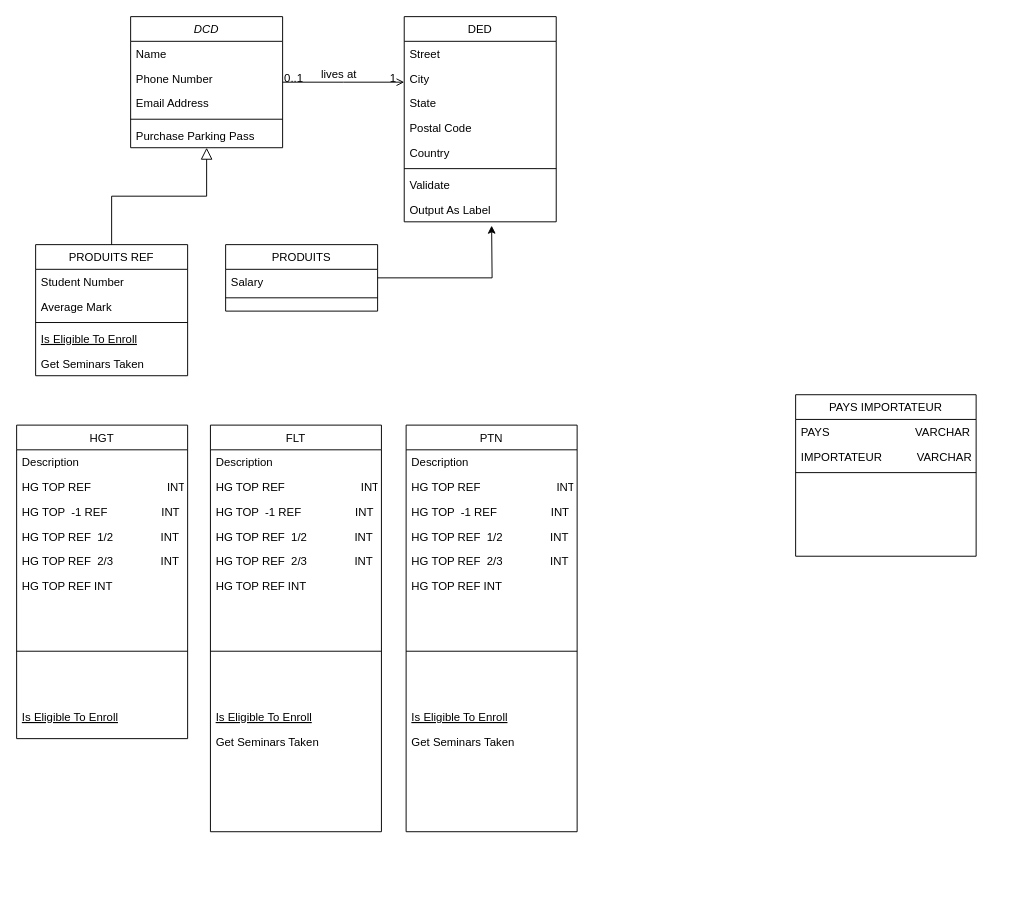
The draw.io diagram main/Diagramme sans nom.drawio in Nik97410/BDD, before the edit. Source tidied: cells renumbered, new cells numbered last; positions are measured from the earlier drawing's top-left corner, leaving out a move shared by most shapes. Both pictures are drawn from the tidied source at 95%, with x=0, y=0 at pixel (16, 16).
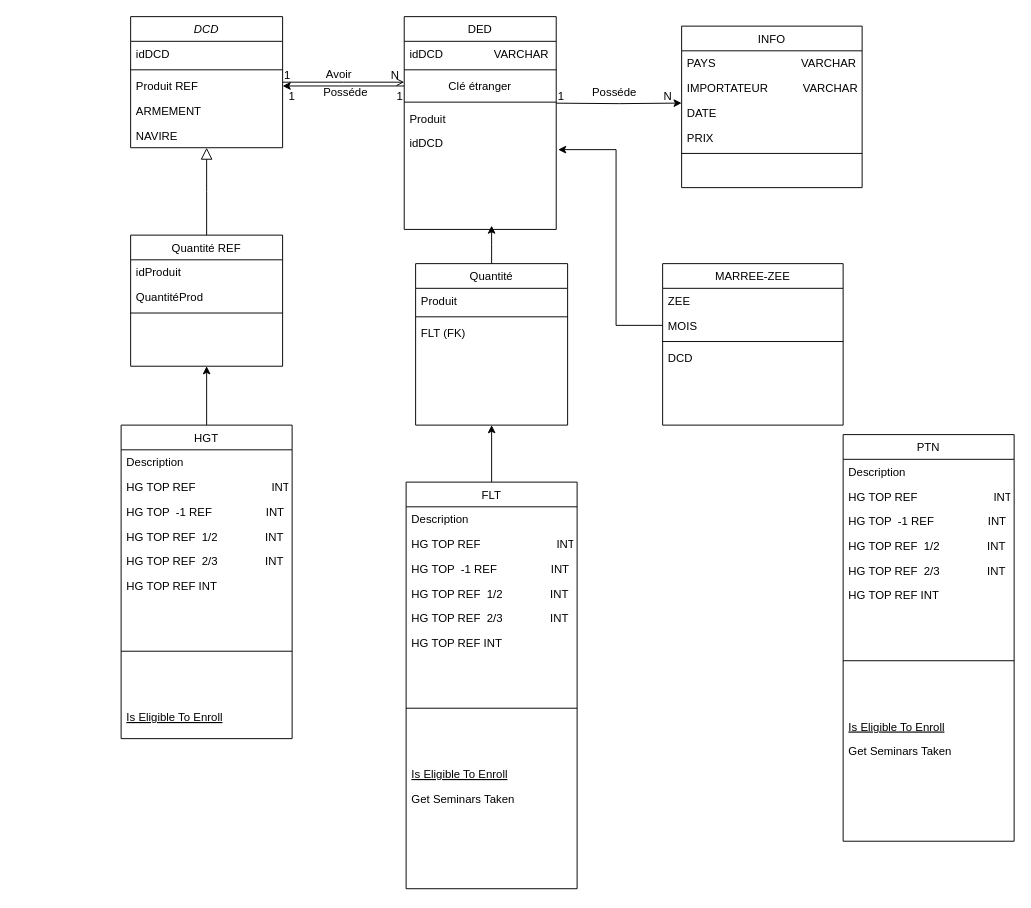
The same page after the edit.

Commit message:
Mettre à jour Diagramme sans nom.drawio

The change refers to these unchanged cells:
```xml
<mxCell id="2" value="DCD" style="swimlane;fontStyle=2;align=center;verticalAlign=top;horizontal=1;startSize=26;rounded=0;shadow=0;strokeWidth=1;" parent="1" vertex="1">
  <mxGeometry x="120" width="160" height="138" as="geometry" />
</mxCell>
<mxCell id="28" style="endArrow=open;shadow=0;strokeWidth=1;rounded=0;endFill=1;edgeStyle=elbowEdgeStyle;elbow=vertical;" parent="1" edge="1" source="2" target="19">
  <mxGeometry x="0.5" y="41" relative="1" as="geometry">
    <mxPoint x="-40" y="32" as="offset" />
  </mxGeometry>
</mxCell>
```

What changed in the source:
```diff
@@
-    <mxCell id="3" value="Name" style="text;align=left;verticalAlign=top;spacingLeft=4;spacingRight=4;overflow=hidden;" parent="2" vertex="1">
+    <mxCell id="3" value="idDCD" style="text;align=left;verticalAlign=top;spacingLeft=4;spacingRight=4;overflow=hidden;" parent="2" vertex="1">
       <mxGeometry y="26" width="160" height="26" as="geometry" />
     </mxCell>
-    <mxCell id="4" value="Phone Number" style="text;align=left;verticalAlign=top;spacingLeft=4;spacingRight=4;overflow=hidden;rounded=0;shadow=0;html=0;" parent="2" vertex="1">
-      <mxGeometry y="52" width="160" height="26" as="geometry" />
-    </mxCell>
-    <mxCell id="5" value="Email Address" style="text;align=left;verticalAlign=top;spacingLeft=4;spacingRight=4;overflow=hidden;rounded=0;shadow=0;html=0;" parent="2" vertex="1">
-      <mxGeometry y="78" width="160" height="26" as="geometry" />
-    </mxCell>
     <mxCell id="6" style="line;html=1;strokeWidth=1;align=left;verticalAlign=middle;spacingTop=-1;spacingLeft=3;spacingRight=3;labelPosition=right;" parent="2" vertex="1">
-      <mxGeometry y="104" width="160" height="8" as="geometry" />
+      <mxGeometry y="52" width="160" height="8" as="geometry" />
     </mxCell>
-    <mxCell id="7" value="Purchase Parking Pass" style="text;align=left;verticalAlign=top;spacingLeft=4;spacingRight=4;overflow=hidden;points=[[0,0.5],[1,0.5]];portConstraint=eastwest;" parent="2" vertex="1">
-      <mxGeometry y="112" width="160" height="26" as="geometry" />
+    <mxCell id="7" value="Produit REF" style="text;align=left;verticalAlign=top;spacingLeft=4;spacingRight=4;overflow=hidden;points=[[0,0.5],[1,0.5]];portConstraint=eastwest;" parent="2" vertex="1">
+      <mxGeometry y="60" width="160" height="26" as="geometry" />
     </mxCell>
+    <mxCell id="65" value="ARMEMENT" style="text;align=left;verticalAlign=top;spacingLeft=4;spacingRight=4;overflow=hidden;" parent="2" vertex="1">
+      <mxGeometry y="86" width="160" height="26" as="geometry" />
+    </mxCell>
+    <mxCell id="66" value="NAVIRE" style="text;align=left;verticalAlign=top;spacingLeft=4;spacingRight=4;overflow=hidden;" parent="2" vertex="1">
+      <mxGeometry y="112" width="160" height="26" as="geometry" />
+    </mxCell>
-    <mxCell id="8" value="PRODUITS REF" style="swimlane;fontStyle=0;align=center;verticalAlign=top;horizontal=1;startSize=26;rounded=0;shadow=0;strokeWidth=1;" parent="1" vertex="1">
-      <mxGeometry x="20" y="240" width="160" height="138" as="geometry" />
+    <mxCell id="8" value="Quantité REF" style="swimlane;fontStyle=0;align=center;verticalAlign=top;horizontal=1;startSize=26;rounded=0;shadow=0;strokeWidth=1;" parent="1" vertex="1">
+      <mxGeometry x="120" y="230" width="160" height="138" as="geometry" />
     </mxCell>
-    <mxCell id="9" value="Student Number" style="text;align=left;verticalAlign=top;spacingLeft=4;spacingRight=4;overflow=hidden;" parent="8" vertex="1">
+    <mxCell id="9" value="idProduit&#10;" style="text;align=left;verticalAlign=top;spacingLeft=4;spacingRight=4;overflow=hidden;" parent="8" vertex="1">
       <mxGeometry y="26" width="160" height="26" as="geometry" />
     </mxCell>
-    <mxCell id="10" value="Average Mark" style="text;align=left;verticalAlign=top;spacingLeft=4;spacingRight=4;overflow=hidden;rounded=0;shadow=0;html=0;" parent="8" vertex="1">
-      <mxGeometry y="52" width="160" height="26" as="geometry" />
-    </mxCell>
+    <mxCell id="67" value="QuantitéProd&#10;" style="text;align=left;verticalAlign=top;spacingLeft=4;spacingRight=4;overflow=hidden;" parent="8" vertex="1">
+      <mxGeometry y="52" width="160" height="26" as="geometry" />
+    </mxCell>
@@
-    <mxCell id="12" value="Is Eligible To Enroll" style="text;align=left;verticalAlign=top;spacingLeft=4;spacingRight=4;overflow=hidden;fontStyle=4;" parent="8" vertex="1">
-      <mxGeometry y="86" width="160" height="26" as="geometry" />
-    </mxCell>
-    <mxCell id="13" value="Get Seminars Taken" style="text;align=left;verticalAlign=top;spacingLeft=4;spacingRight=4;overflow=hidden;" parent="8" vertex="1">
-      <mxGeometry y="112" width="160" height="26" as="geometry" />
-    </mxCell>
@@
-    <mxCell id="16" value="PRODUITS" style="swimlane;fontStyle=0;align=center;verticalAlign=top;horizontal=1;startSize=26;rounded=0;shadow=0;strokeWidth=1;" parent="1" vertex="1">
-      <mxGeometry x="220" y="240" width="160" height="70" as="geometry" />
+    <mxCell id="16" value="Quantité" style="swimlane;fontStyle=0;align=center;verticalAlign=top;horizontal=1;startSize=26;rounded=0;shadow=0;strokeWidth=1;" parent="1" vertex="1">
+      <mxGeometry x="420" y="260" width="160" height="170" as="geometry" />
     </mxCell>
-    <mxCell id="17" value="Salary" style="text;align=left;verticalAlign=top;spacingLeft=4;spacingRight=4;overflow=hidden;" parent="16" vertex="1">
+    <mxCell id="17" value="Produit" style="text;align=left;verticalAlign=top;spacingLeft=4;spacingRight=4;overflow=hidden;" parent="16" vertex="1">
       <mxGeometry y="26" width="160" height="26" as="geometry" />
     </mxCell>
@@
+    <mxCell id="68" value="FLT (FK)" style="text;align=left;verticalAlign=top;spacingLeft=4;spacingRight=4;overflow=hidden;" parent="16" vertex="1">
+      <mxGeometry y="60" width="160" height="26" as="geometry" />
+    </mxCell>
     <mxCell id="19" value="DED" style="swimlane;fontStyle=0;align=center;verticalAlign=top;horizontal=1;startSize=26;rounded=0;shadow=0;strokeWidth=1;" parent="1" vertex="1">
-      <mxGeometry x="408" width="160" height="216" as="geometry" />
+      <mxGeometry x="408" width="160" height="224" as="geometry" />
     </mxCell>
-    <mxCell id="20" value="Street" style="text;align=left;verticalAlign=top;spacingLeft=4;spacingRight=4;overflow=hidden;" parent="19" vertex="1">
+    <mxCell id="20" value="idDCD                VARCHAR" style="text;align=left;verticalAlign=top;spacingLeft=4;spacingRight=4;overflow=hidden;" parent="19" vertex="1">
       <mxGeometry y="26" width="160" height="26" as="geometry" />
     </mxCell>
-    <mxCell id="21" value="City" style="text;align=left;verticalAlign=top;spacingLeft=4;spacingRight=4;overflow=hidden;rounded=0;shadow=0;html=0;" parent="19" vertex="1">
-      <mxGeometry y="52" width="160" height="26" as="geometry" />
-    </mxCell>
-    <mxCell id="22" value="State" style="text;align=left;verticalAlign=top;spacingLeft=4;spacingRight=4;overflow=hidden;rounded=0;shadow=0;html=0;" parent="19" vertex="1">
-      <mxGeometry y="78" width="160" height="26" as="geometry" />
-    </mxCell>
-    <mxCell id="23" value="Postal Code" style="text;align=left;verticalAlign=top;spacingLeft=4;spacingRight=4;overflow=hidden;rounded=0;shadow=0;html=0;" parent="19" vertex="1">
-      <mxGeometry y="104" width="160" height="26" as="geometry" />
-    </mxCell>
-    <mxCell id="24" value="Country" style="text;align=left;verticalAlign=top;spacingLeft=4;spacingRight=4;overflow=hidden;rounded=0;shadow=0;html=0;" parent="19" vertex="1">
-      <mxGeometry y="130" width="160" height="26" as="geometry" />
-    </mxCell>
+    <mxCell id="69" style="edgeStyle=orthogonalEdgeStyle;rounded=0;orthogonalLoop=1;jettySize=auto;html=1;" parent="19" edge="1">
+      <mxGeometry relative="1" as="geometry">
+        <mxPoint x="160" y="91.1" as="sourcePoint" />
+        <mxPoint x="292" y="91" as="targetPoint" />
+      </mxGeometry>
+    </mxCell>
     <mxCell id="25" style="line;html=1;strokeWidth=1;align=left;verticalAlign=middle;spacingTop=-1;spacingLeft=3;spacingRight=3;labelPosition=right;" parent="19" vertex="1">
-      <mxGeometry y="156" width="160" height="8" as="geometry" />
+      <mxGeometry y="52" width="160" height="8" as="geometry" />
     </mxCell>
-    <mxCell id="26" value="Validate" style="text;align=left;verticalAlign=top;spacingLeft=4;spacingRight=4;overflow=hidden;points=[[0,0.5],[1,0.5]];portConstraint=eastwest;" parent="19" vertex="1">
-      <mxGeometry y="164" width="160" height="26" as="geometry" />
+    <mxCell id="26" value="Clé étranger" style="text;align=center;verticalAlign=top;spacingLeft=4;spacingRight=4;overflow=hidden;points=[[0,0.5],[1,0.5]];portConstraint=eastwest;" parent="19" vertex="1">
+      <mxGeometry y="60" width="160" height="26" as="geometry" />
     </mxCell>
+    <mxCell id="70" style="line;html=1;strokeWidth=1;align=left;verticalAlign=middle;spacingTop=-1;spacingLeft=3;spacingRight=3;labelPosition=right;" parent="19" vertex="1">
+      <mxGeometry y="86" width="160" height="8" as="geometry" />
+    </mxCell>
-    <mxCell id="27" value="Output As Label" style="text;align=left;verticalAlign=top;spacingLeft=4;spacingRight=4;overflow=hidden;" parent="19" vertex="1">
-      <mxGeometry y="190" width="160" height="26" as="geometry" />
+    <mxCell id="27" value="Produit" style="text;align=left;verticalAlign=top;spacingLeft=4;spacingRight=4;overflow=hidden;" parent="19" vertex="1">
+      <mxGeometry y="94" width="160" height="26" as="geometry" />
     </mxCell>
+    <mxCell id="71" value="idDCD" style="text;align=left;verticalAlign=top;spacingLeft=4;spacingRight=4;overflow=hidden;" parent="19" vertex="1">
+      <mxGeometry y="120" width="160" height="26" as="geometry" />
+    </mxCell>
@@
-    <mxCell id="29" value="0..1" style="align=left;verticalAlign=bottom;labelBackgroundColor=none;fontSize=12;" parent="28" vertex="1">
+    <mxCell id="29" value="1" style="align=left;verticalAlign=bottom;labelBackgroundColor=none;fontSize=12;" parent="28" vertex="1">
       <mxGeometry x="-1" relative="1" as="geometry">
-        <mxPoint y="4" as="offset" />
+        <mxPoint y="1" as="offset" />
       </mxGeometry>
     </mxCell>
-    <mxCell id="30" value="1" style="align=right;verticalAlign=bottom;labelBackgroundColor=none;fontSize=12;" parent="28" vertex="1">
+    <mxCell id="30" value="N" style="align=right;verticalAlign=bottom;labelBackgroundColor=none;fontSize=12;" parent="28" vertex="1">
       <mxGeometry x="1" relative="1" as="geometry">
-        <mxPoint x="-7" y="4" as="offset" />
+        <mxPoint x="-4" y="1" as="offset" />
       </mxGeometry>
     </mxCell>
-    <mxCell id="31" value="lives at" style="text;html=1;align=center;verticalAlign=middle;labelBackgroundColor=none;rounded=0;shadow=0;strokeWidth=1;fontSize=12;" parent="28" vertex="1">
+    <mxCell id="31" value="Avoir" style="text;html=1;align=center;verticalAlign=middle;labelBackgroundColor=none;rounded=0;shadow=0;strokeWidth=1;fontSize=12;" parent="28" vertex="1">
       <mxGeometry x="0.5" y="49" relative="1" as="geometry">
         <mxPoint x="-38" y="40" as="offset" />
       </mxGeometry>
     </mxCell>
+    <mxCell id="72" style="edgeStyle=orthogonalEdgeStyle;rounded=0;jettySize=auto;html=1;entryX=0.5;entryY=1;entryDx=0;entryDy=0;" parent="1" edge="1" source="32" target="8">
+      <mxGeometry relative="1" as="geometry" />
+    </mxCell>
     <mxCell id="32" value="HGT" style="swimlane;fontStyle=0;align=center;verticalAlign=top;horizontal=1;startSize=26;rounded=0;shadow=0;strokeWidth=1;" parent="1" vertex="1">
-      <mxGeometry y="430" width="180" height="330" as="geometry" />
+      <mxGeometry x="110" y="430" width="180" height="330" as="geometry" />
     </mxCell>
@@
+    <mxCell id="73" style="edgeStyle=orthogonalEdgeStyle;rounded=0;jettySize=auto;html=1;entryX=0.5;entryY=1;entryDx=0;entryDy=0;" parent="1" edge="1" source="41" target="16">
+      <mxGeometry relative="1" as="geometry" />
+    </mxCell>
     <mxCell id="41" value="FLT" style="swimlane;fontStyle=0;align=center;verticalAlign=top;horizontal=1;startSize=26;rounded=0;shadow=0;strokeWidth=1;" parent="1" vertex="1">
-      <mxGeometry x="204" y="430" width="180" height="428" as="geometry" />
+      <mxGeometry x="410" y="490" width="180" height="428" as="geometry" />
     </mxCell>
@@
     <mxCell id="51" value="PTN" style="swimlane;fontStyle=0;align=center;verticalAlign=top;horizontal=1;startSize=26;rounded=0;shadow=0;strokeWidth=1;" parent="1" vertex="1">
-      <mxGeometry x="410" y="430" width="180" height="428" as="geometry" />
+      <mxGeometry x="870" y="440" width="180" height="428" as="geometry" />
     </mxCell>
@@
-    <mxCell id="61" value="PAYS IMPORTATEUR" style="swimlane;fontStyle=0;align=center;verticalAlign=top;horizontal=1;startSize=26;rounded=0;shadow=0;strokeWidth=1;" parent="1" vertex="1">
-      <mxGeometry x="820" y="398" width="190" height="170" as="geometry" />
+    <mxCell id="61" value="INFO" style="swimlane;fontStyle=0;align=center;verticalAlign=top;horizontal=1;startSize=26;rounded=0;shadow=0;strokeWidth=1;" parent="1" vertex="1">
+      <mxGeometry x="700" y="10" width="190" height="170" as="geometry" />
     </mxCell>
@@
+    <mxCell id="74" value="DATE" style="text;align=left;verticalAlign=top;spacingLeft=4;spacingRight=4;overflow=hidden;" parent="61" vertex="1">
+      <mxGeometry y="78" width="190" height="26" as="geometry" />
+    </mxCell>
+    <mxCell id="75" value="PRIX" style="text;align=left;verticalAlign=top;spacingLeft=4;spacingRight=4;overflow=hidden;" parent="61" vertex="1">
+      <mxGeometry y="104" width="190" height="26" as="geometry" />
+    </mxCell>
     <mxCell id="64" style="line;html=1;strokeWidth=1;align=left;verticalAlign=middle;spacingTop=-1;spacingLeft=3;spacingRight=3;labelPosition=right;" parent="61" vertex="1">
-      <mxGeometry y="78" width="190" height="8" as="geometry" />
+      <mxGeometry y="130" width="190" height="8" as="geometry" />
     </mxCell>
+    <mxCell id="76" value="MARREE-ZEE" style="swimlane;fontStyle=0;align=center;verticalAlign=top;horizontal=1;startSize=26;rounded=0;shadow=0;strokeWidth=1;" parent="1" vertex="1">
+      <mxGeometry x="680" y="260" width="190" height="170" as="geometry" />
+    </mxCell>
+    <mxCell id="77" value="ZEE" style="text;align=left;verticalAlign=top;spacingLeft=4;spacingRight=4;overflow=hidden;" parent="76" vertex="1">
+      <mxGeometry y="26" width="190" height="26" as="geometry" />
+    </mxCell>
+    <mxCell id="78" style="edgeStyle=orthogonalEdgeStyle;rounded=0;jettySize=auto;html=1;exitX=0;exitY=0.5;exitDx=0;exitDy=0;" parent="76" edge="1" source="79">
+      <mxGeometry relative="1" as="geometry">
+        <mxPoint x="-110" y="-120" as="targetPoint" />
+        <Array as="points">
+          <mxPoint x="-49" y="65" />
+          <mxPoint x="-49" y="-120" />
+          <mxPoint x="-110" y="-120" />
+        </Array>
+      </mxGeometry>
+    </mxCell>
+    <mxCell id="79" value="MOIS" style="text;align=left;verticalAlign=top;spacingLeft=4;spacingRight=4;overflow=hidden;points=[[0,0.5],[1,0.5]];portConstraint=eastwest;" parent="76" vertex="1">
+      <mxGeometry y="52" width="190" height="26" as="geometry" />
+    </mxCell>
+    <mxCell id="80" style="line;html=1;strokeWidth=1;align=left;verticalAlign=middle;spacingTop=-1;spacingLeft=3;spacingRight=3;labelPosition=right;" parent="76" vertex="1">
+      <mxGeometry y="78" width="190" height="8" as="geometry" />
+    </mxCell>
+    <mxCell id="81" value="DCD" style="text;align=left;verticalAlign=top;spacingLeft=4;spacingRight=4;overflow=hidden;" parent="76" vertex="1">
+      <mxGeometry y="86" width="190" height="26" as="geometry" />
+    </mxCell>
+    <mxCell id="82" value="1" style="align=left;verticalAlign=bottom;labelBackgroundColor=none;fontSize=12;" parent="1" vertex="1">
+      <mxGeometry x="570" y="92.6" as="geometry">
+        <mxPoint x="-2" as="offset" />
+      </mxGeometry>
+    </mxCell>
+    <mxCell id="83" value="N" style="align=right;verticalAlign=bottom;labelBackgroundColor=none;fontSize=12;" parent="1" vertex="1">
+      <mxGeometry x="691.2" y="92.6" as="geometry" />
+    </mxCell>
+    <mxCell id="84" value="Posséde" style="text;html=1;align=center;verticalAlign=middle;labelBackgroundColor=none;rounded=0;shadow=0;strokeWidth=1;fontSize=12;" parent="1" vertex="1">
+      <mxGeometry x="628.5" y="79.6" as="geometry" />
+    </mxCell>
+    <mxCell id="85" style="edgeStyle=orthogonalEdgeStyle;rounded=0;jettySize=auto;html=1;exitX=0;exitY=0.5;exitDx=0;exitDy=0;entryX=1;entryY=0.5;entryDx=0;entryDy=0;" parent="1" edge="1" source="26" target="7">
+      <mxGeometry relative="1" as="geometry" />
+    </mxCell>
+    <mxCell id="86" value="1" style="align=left;verticalAlign=bottom;labelBackgroundColor=none;fontSize=12;" parent="1" vertex="1">
+      <mxGeometry x="286.8" y="92.6" as="geometry">
+        <mxPoint x="-2" as="offset" />
+      </mxGeometry>
+    </mxCell>
+    <mxCell id="87" value="1" style="align=right;verticalAlign=bottom;labelBackgroundColor=none;fontSize=12;" parent="1" vertex="1">
+      <mxGeometry x="408" y="92.6" as="geometry" />
+    </mxCell>
+    <mxCell id="88" value="Posséde" style="text;html=1;align=center;verticalAlign=middle;labelBackgroundColor=none;rounded=0;shadow=0;strokeWidth=1;fontSize=12;" parent="1" vertex="1">
+      <mxGeometry x="345.2" y="79.6" as="geometry" />
+    </mxCell>
```
